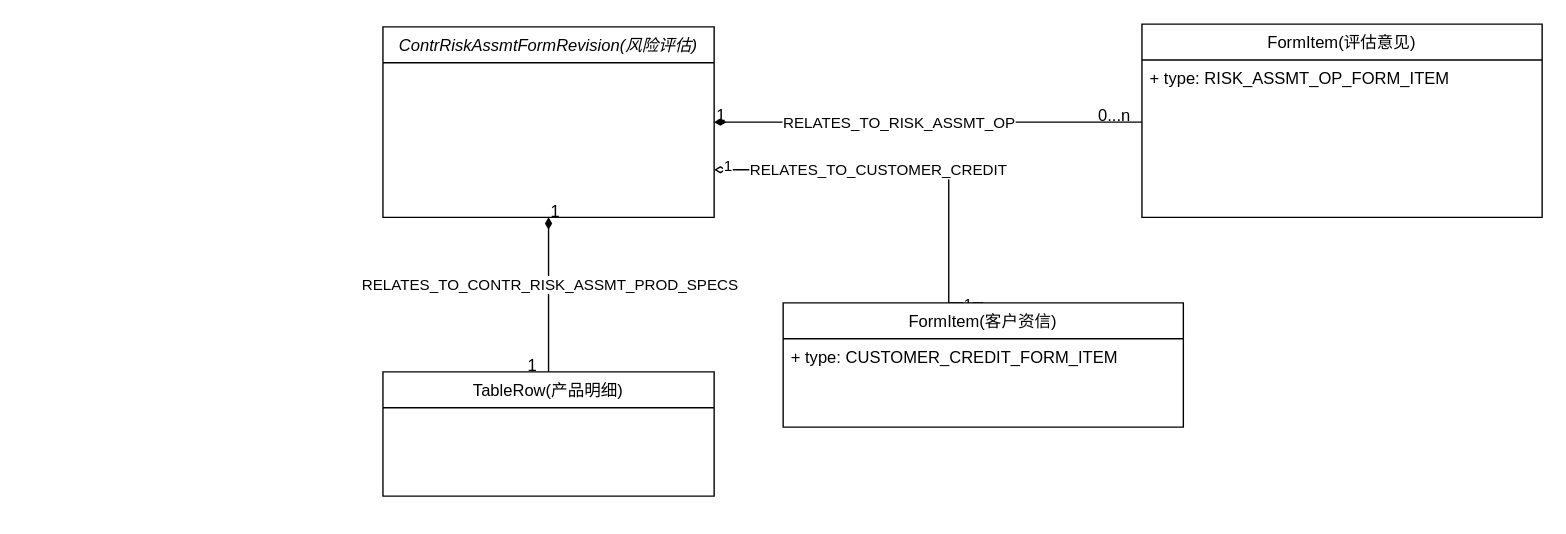
Earlier version of the draw.io diagram 合同风险评估.drawio (mond70345/emop). Source tidied: cells renumbered, new cells numbered last; positions are measured from the earlier drawing's top-left corner, leaving out a move shared by most shapes. Both pictures are drawn from the tidied source at 138%, with x=0, y=0 at pixel (382, 23).
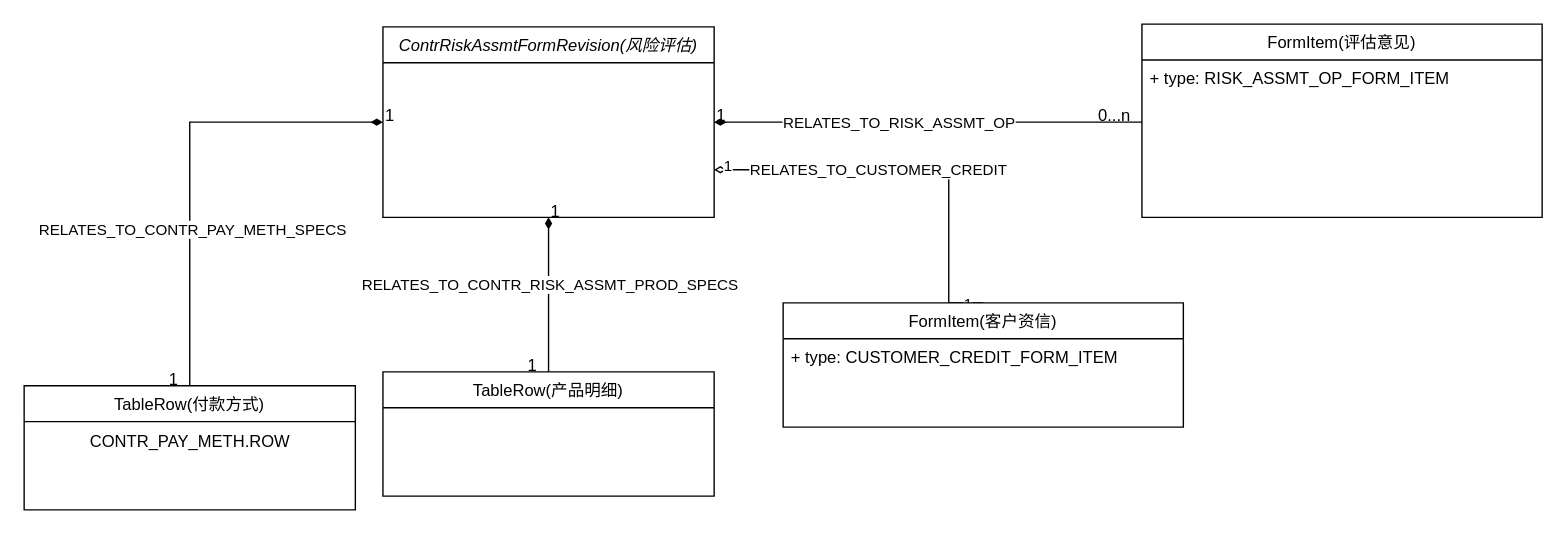
Above is the later version.

Commit message:
更新合同风险评估.drawio

The change refers to these unchanged cells:
```xml
<mxCell id="6" value="ContrRiskAssmtFormRevision(风险评估)" style="swimlane;fontStyle=2;align=center;verticalAlign=top;horizontal=1;startSize=26;rounded=0;shadow=0;strokeWidth=1;" parent="1" vertex="1">
  <mxGeometry y="2" width="240" height="138" as="geometry" />
</mxCell>
```

Diff of the diagram source:
```diff
@@
+    <mxCell id="20" value="TableRow(付款方式)" style="swimlane;fontStyle=0;align=center;verticalAlign=top;horizontal=1;startSize=26;rounded=0;shadow=0;strokeWidth=1;" parent="1" vertex="1">
+      <mxGeometry x="-260" y="262" width="240" height="90" as="geometry" />
+    </mxCell>
+    <mxCell id="21" value="CONTR_PAY_METH.ROW" style="text;html=1;align=center;verticalAlign=middle;strokeColor=none;fillColor=none;" parent="20" vertex="1">
+      <mxGeometry y="26" width="240" height="30" as="geometry" />
+    </mxCell>
+    <mxCell id="22" style="endArrow=none;shadow=0;strokeWidth=1;rounded=0;endFill=0;edgeStyle=elbowEdgeStyle;elbow=vertical;exitX=0;exitY=0.5;exitDx=0;exitDy=0;entryX=0.5;entryY=0;entryDx=0;entryDy=0;startArrow=diamondThin;startFill=1;" parent="1" edge="1" source="6" target="20">
+      <mxGeometry x="0.5" y="41" relative="1" as="geometry">
+        <Array as="points">
+          <mxPoint x="-50" y="71" />
+        </Array>
+        <mxPoint x="-40" y="32" as="offset" />
+      </mxGeometry>
+    </mxCell>
+    <mxCell id="23" value="1" style="align=left;verticalAlign=bottom;labelBackgroundColor=none;fontSize=12;" parent="22" vertex="1">
+      <mxGeometry x="-1" relative="1" as="geometry">
+        <mxPoint y="4" as="offset" />
+      </mxGeometry>
+    </mxCell>
+    <mxCell id="24" value="1" style="align=right;verticalAlign=bottom;labelBackgroundColor=none;fontSize=12;" parent="22" vertex="1">
+      <mxGeometry x="1" relative="1" as="geometry">
+        <mxPoint x="-7" y="4" as="offset" />
+      </mxGeometry>
+    </mxCell>
+    <mxCell id="25" value="RELATES_TO_CONTR_PAY_METH_SPECS" style="edgeLabel;html=1;align=center;verticalAlign=middle;" parent="22" vertex="1">
+      <mxGeometry x="0.31" y="1" relative="1" as="geometry" />
+    </mxCell>
```
